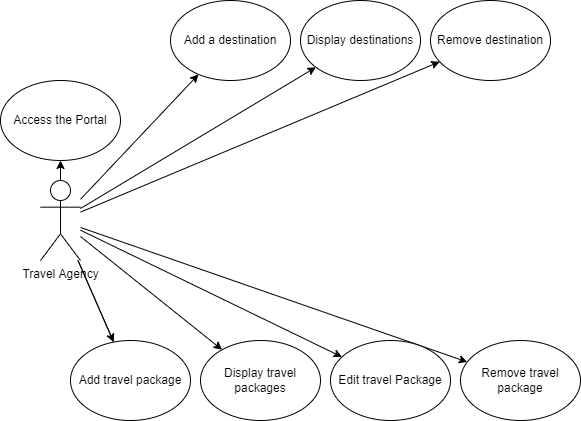
Before: doc/A1_usecase_diagram.png, a diagram exported from draw.io (bogdanmaizel/Travel-agency-travelinc). Source tidied: cells renumbered, new cells last; positions are measured from the earlier drawing's top-left corner, leaving out a move shared by most shapes. The source it was exported from:
```xml
<mxGraphModel>
  <root>
    <mxCell id="0" />
    <mxCell id="1" parent="0" />
    <mxCell id="2" style="rounded=0;jettySize=auto;html=1;" parent="1" edge="1" source="9" target="10">
      <mxGeometry relative="1" as="geometry" />
    </mxCell>
    <mxCell id="3" style="edgeStyle=none;rounded=0;jettySize=auto;html=1;" parent="1" edge="1" source="9" target="13">
      <mxGeometry relative="1" as="geometry" />
    </mxCell>
    <mxCell id="4" style="edgeStyle=none;rounded=0;jettySize=auto;html=1;" parent="1" edge="1" source="9" target="18">
      <mxGeometry relative="1" as="geometry" />
    </mxCell>
    <mxCell id="5" style="edgeStyle=none;rounded=0;jettySize=auto;html=1;startArrow=none;" parent="1" edge="1" source="9" target="14">
      <mxGeometry relative="1" as="geometry" />
    </mxCell>
    <mxCell id="6" style="edgeStyle=none;rounded=0;jettySize=auto;html=1;" parent="1" edge="1" source="9" target="15">
      <mxGeometry relative="1" as="geometry" />
    </mxCell>
    <mxCell id="7" style="edgeStyle=none;rounded=0;jettySize=auto;html=1;" parent="1" edge="1" source="9" target="16">
      <mxGeometry relative="1" as="geometry" />
    </mxCell>
    <mxCell id="8" style="edgeStyle=none;rounded=0;jettySize=auto;html=1;" parent="1" edge="1" source="9" target="17">
      <mxGeometry relative="1" as="geometry" />
    </mxCell>
    <mxCell id="9" value="Travel Agency" style="shape=umlActor;verticalLabelPosition=bottom;verticalAlign=top;html=1;outlineConnect=0;" parent="1" vertex="1">
      <mxGeometry x="40" y="180" width="40" height="80" as="geometry" />
    </mxCell>
    <mxCell id="10" value="Access the Portal" style="ellipse;whiteSpace=wrap;html=1;" parent="1" vertex="1">
      <mxGeometry y="80" width="120" height="80" as="geometry" />
    </mxCell>
    <mxCell id="11" style="edgeStyle=none;rounded=0;jettySize=auto;html=1;" parent="1" edge="1" source="9" target="12">
      <mxGeometry relative="1" as="geometry" />
    </mxCell>
    <mxCell id="12" value="Add a destination" style="ellipse;whiteSpace=wrap;html=1;" parent="1" vertex="1">
      <mxGeometry x="170" width="120" height="80" as="geometry" />
    </mxCell>
    <mxCell id="13" value="Remove destination" style="ellipse;whiteSpace=wrap;html=1;" parent="1" vertex="1">
      <mxGeometry x="430" width="120" height="80" as="geometry" />
    </mxCell>
    <mxCell id="14" value="Remove travel package" style="ellipse;whiteSpace=wrap;html=1;" parent="1" vertex="1">
      <mxGeometry x="460" y="340" width="120" height="80" as="geometry" />
    </mxCell>
    <mxCell id="15" value="Display destinations" style="ellipse;whiteSpace=wrap;html=1;" parent="1" vertex="1">
      <mxGeometry x="300" width="120" height="80" as="geometry" />
    </mxCell>
    <mxCell id="16" value="Display travel packages" style="ellipse;whiteSpace=wrap;html=1;" parent="1" vertex="1">
      <mxGeometry x="200" y="340" width="120" height="80" as="geometry" />
    </mxCell>
    <mxCell id="17" value="Edit travel Package" style="ellipse;whiteSpace=wrap;html=1;" parent="1" vertex="1">
      <mxGeometry x="330" y="340" width="120" height="80" as="geometry" />
    </mxCell>
    <mxCell id="18" value="Add travel package" style="ellipse;whiteSpace=wrap;html=1;" parent="1" vertex="1">
      <mxGeometry x="70" y="340" width="120" height="80" as="geometry" />
    </mxCell>
    <mxCell id="19" style="edgeStyle=none;rounded=0;jettySize=auto;html=1;endArrow=none;" parent="1" edge="1" source="9" target="18">
      <mxGeometry relative="1" as="geometry" />
    </mxCell>
  </root>
</mxGraphModel>
```
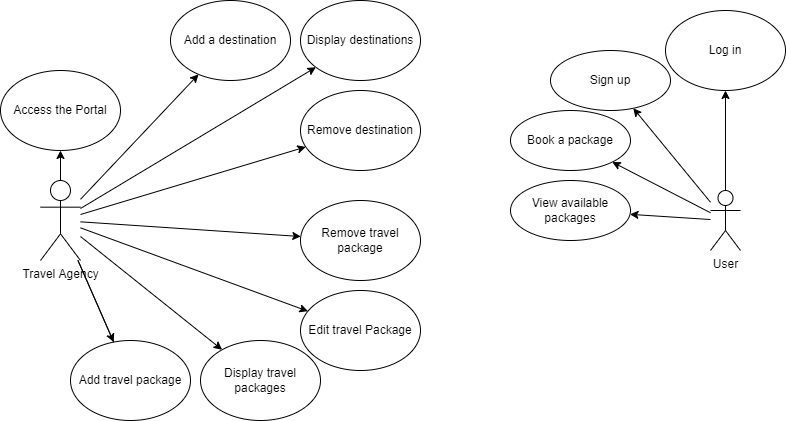
Later version of the same file.

Commit message:
Implemented user booking and package viewing.

Diff of the diagram source:
```diff
@@ -27,7 +27,7 @@
       <mxGeometry x="40" y="180" width="40" height="80" as="geometry" />
     </mxCell>
     <mxCell id="10" value="Access the Portal" style="ellipse;whiteSpace=wrap;html=1;" parent="1" vertex="1">
-      <mxGeometry y="80" width="120" height="80" as="geometry" />
+      <mxGeometry y="70" width="120" height="80" as="geometry" />
     </mxCell>
     <mxCell id="11" style="edgeStyle=none;rounded=0;jettySize=auto;html=1;" parent="1" edge="1" source="9" target="12">
       <mxGeometry relative="1" as="geometry" />
@@ -36,10 +36,10 @@
       <mxGeometry x="170" width="120" height="80" as="geometry" />
     </mxCell>
     <mxCell id="13" value="Remove destination" style="ellipse;whiteSpace=wrap;html=1;" parent="1" vertex="1">
-      <mxGeometry x="430" width="120" height="80" as="geometry" />
+      <mxGeometry x="300" y="90" width="120" height="80" as="geometry" />
     </mxCell>
     <mxCell id="14" value="Remove travel package" style="ellipse;whiteSpace=wrap;html=1;" parent="1" vertex="1">
-      <mxGeometry x="460" y="340" width="120" height="80" as="geometry" />
+      <mxGeometry x="300" y="200" width="120" height="80" as="geometry" />
     </mxCell>
     <mxCell id="15" value="Display destinations" style="ellipse;whiteSpace=wrap;html=1;" parent="1" vertex="1">
       <mxGeometry x="300" width="120" height="80" as="geometry" />
@@ -48,7 +48,7 @@
       <mxGeometry x="200" y="340" width="120" height="80" as="geometry" />
     </mxCell>
     <mxCell id="17" value="Edit travel Package" style="ellipse;whiteSpace=wrap;html=1;" parent="1" vertex="1">
-      <mxGeometry x="330" y="340" width="120" height="80" as="geometry" />
+      <mxGeometry x="300" y="290" width="120" height="80" as="geometry" />
     </mxCell>
     <mxCell id="18" value="Add travel package" style="ellipse;whiteSpace=wrap;html=1;" parent="1" vertex="1">
       <mxGeometry x="70" y="340" width="120" height="80" as="geometry" />
@@ -56,5 +56,32 @@
     <mxCell id="19" style="edgeStyle=none;rounded=0;jettySize=auto;html=1;endArrow=none;" parent="1" edge="1" source="9" target="18">
       <mxGeometry relative="1" as="geometry" />
     </mxCell>
+    <mxCell id="20" style="rounded=0;jettySize=auto;html=1;" parent="1" edge="1" source="24" target="25">
+      <mxGeometry relative="1" as="geometry" />
+    </mxCell>
+    <mxCell id="21" style="rounded=0;jettySize=auto;html=1;" parent="1" edge="1" source="24" target="26">
+      <mxGeometry relative="1" as="geometry" />
+    </mxCell>
+    <mxCell id="22" style="edgeStyle=none;rounded=0;jettySize=auto;html=1;" parent="1" edge="1" source="24" target="27">
+      <mxGeometry relative="1" as="geometry" />
+    </mxCell>
+    <mxCell id="23" style="edgeStyle=none;rounded=0;jettySize=auto;html=1;" parent="1" edge="1" source="24" target="28">
+      <mxGeometry relative="1" as="geometry" />
+    </mxCell>
+    <mxCell id="24" value="User" style="shape=umlActor;verticalLabelPosition=bottom;verticalAlign=top;html=1;outlineConnect=0;" parent="1" vertex="1">
+      <mxGeometry x="710" y="190" width="30" height="60" as="geometry" />
+    </mxCell>
+    <mxCell id="25" value="Log in" style="ellipse;whiteSpace=wrap;html=1;" parent="1" vertex="1">
+      <mxGeometry x="665" y="10" width="120" height="80" as="geometry" />
+    </mxCell>
+    <mxCell id="26" value="Sign up" style="ellipse;whiteSpace=wrap;html=1;" parent="1" vertex="1">
+      <mxGeometry x="550" y="50" width="120" height="60" as="geometry" />
+    </mxCell>
+    <mxCell id="27" value="Book a package" style="ellipse;whiteSpace=wrap;html=1;" parent="1" vertex="1">
+      <mxGeometry x="510" y="110" width="120" height="60" as="geometry" />
+    </mxCell>
+    <mxCell id="28" value="View available packages" style="ellipse;whiteSpace=wrap;html=1;" parent="1" vertex="1">
+      <mxGeometry x="510" y="180" width="120" height="60" as="geometry" />
+    </mxCell>
   </root>
 </mxGraphModel>
```
